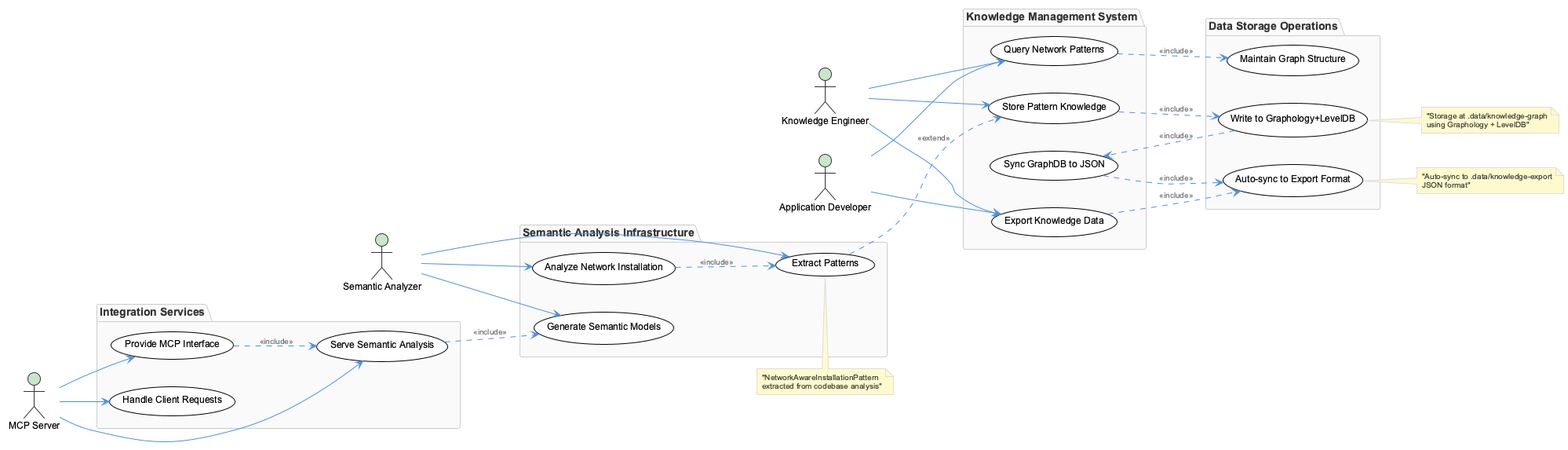
This is knowledge-management/insights/images/network-aware-installation-pattern-use-cases.png from fwornle/coding, a PlantUML export, as it was before one commit.
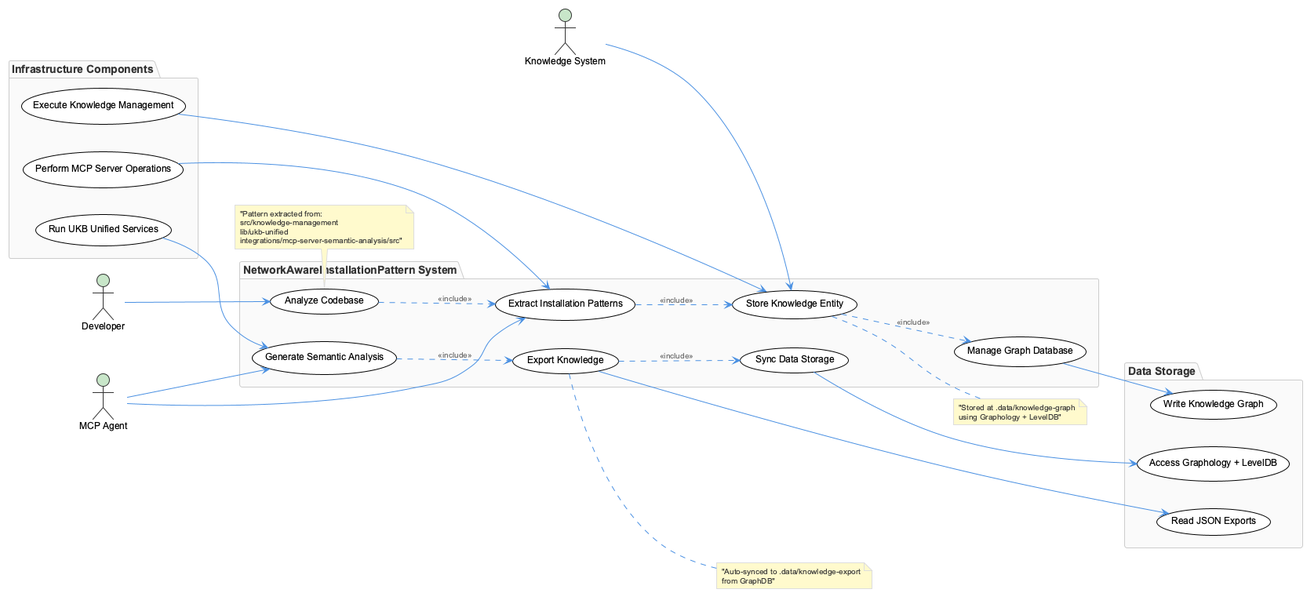
Later version of the same file.

Diff of the diagram source:
```diff
@@ -3,66 +3,53 @@
 
 left to right direction
 
-actor "Knowledge Engineer" as KE
-actor "Semantic Analyzer" as SA
-actor "MCP Server" as MCP
-actor "Application Developer" as DEV
+actor "Developer" as dev
+actor "MCP Agent" as agent
+actor "Knowledge System" as ks
 
-package "Knowledge Management System" {
-  usecase "Store Pattern Knowledge" as UC1
-  usecase "Query Network Patterns" as UC2
-  usecase "Export Knowledge Data" as UC3
-  usecase "Sync GraphDB to JSON" as UC4
+package "NetworkAwareInstallationPattern System" {
+  usecase "Analyze Codebase" as analyze
+  usecase "Extract Installation Patterns" as extract
+  usecase "Store Knowledge Entity" as store
+  usecase "Generate Semantic Analysis" as semantic
+  usecase "Export Knowledge" as export
+  usecase "Manage Graph Database" as graphdb
+  usecase "Sync Data Storage" as sync
 }
 
-package "Semantic Analysis Infrastructure" {
-  usecase "Analyze Network Installation" as UC5
-  usecase "Extract Patterns" as UC6
-  usecase "Generate Semantic Models" as UC7
+package "Data Storage" {
+  usecase "Access Graphology + LevelDB" as leveldb
+  usecase "Read JSON Exports" as jsonread
+  usecase "Write Knowledge Graph" as writegraph
 }
 
-package "Data Storage Operations" {
-  usecase "Write to Graphology+LevelDB" as UC8
-  usecase "Maintain Graph Structure" as UC9
-  usecase "Auto-sync to Export Format" as UC10
+package "Infrastructure Components" {
+  usecase "Execute Knowledge Management" as km
+  usecase "Run UKB Unified Services" as ukb
+  usecase "Perform MCP Server Operations" as mcpops
 }
 
-package "Integration Services" {
-  usecase "Provide MCP Interface" as UC11
-  usecase "Serve Semantic Analysis" as UC12
-  usecase "Handle Client Requests" as UC13
-}
+dev --> analyze
+agent --> extract
+agent --> semantic
+ks --> store
 
-KE --> UC1
-KE --> UC2
-KE --> UC3
+analyze ..> extract : <<include>>
+extract ..> store : <<include>>
+semantic ..> export : <<include>>
+store ..> graphdb : <<include>>
+export ..> sync : <<include>>
 
-SA --> UC5
-SA --> UC6
-SA --> UC7
+graphdb --> writegraph
+sync --> leveldb
+export --> jsonread
 
-MCP --> UC11
-MCP --> UC12
-MCP --> UC13
+km --> store
+ukb --> semantic
+mcpops --> extract
 
-DEV --> UC2
-DEV --> UC3
-
-UC1 ..> UC8 : <<include>>
-UC2 ..> UC9 : <<include>>
-UC3 ..> UC10 : <<include>>
-
-UC5 ..> UC6 : <<include>>
-UC6 ..> UC1 : <<extend>>
-
-UC8 ..> UC4 : <<include>>
-UC4 ..> UC10 : <<include>>
-
-UC11 ..> UC12 : <<include>>
-UC12 ..> UC7 : <<include>>
-
-note right of UC8 : "Storage at .data/knowledge-graph\nusing Graphology + LevelDB"
-note right of UC10 : "Auto-sync to .data/knowledge-export\nJSON format"
-note top of UC6 : "NetworkAwareInstallationPattern\nextracted from codebase analysis"
+note right of store : "Stored at .data/knowledge-graph\nusing Graphology + LevelDB"
+note right of export : "Auto-synced to .data/knowledge-export\nfrom GraphDB"
+note bottom of analyze : "Pattern extracted from:\nsrc/knowledge-management\nlib/ukb-unified\nintegrations/mcp-server-semantic-analysis/src"
 
 @enduml
```
